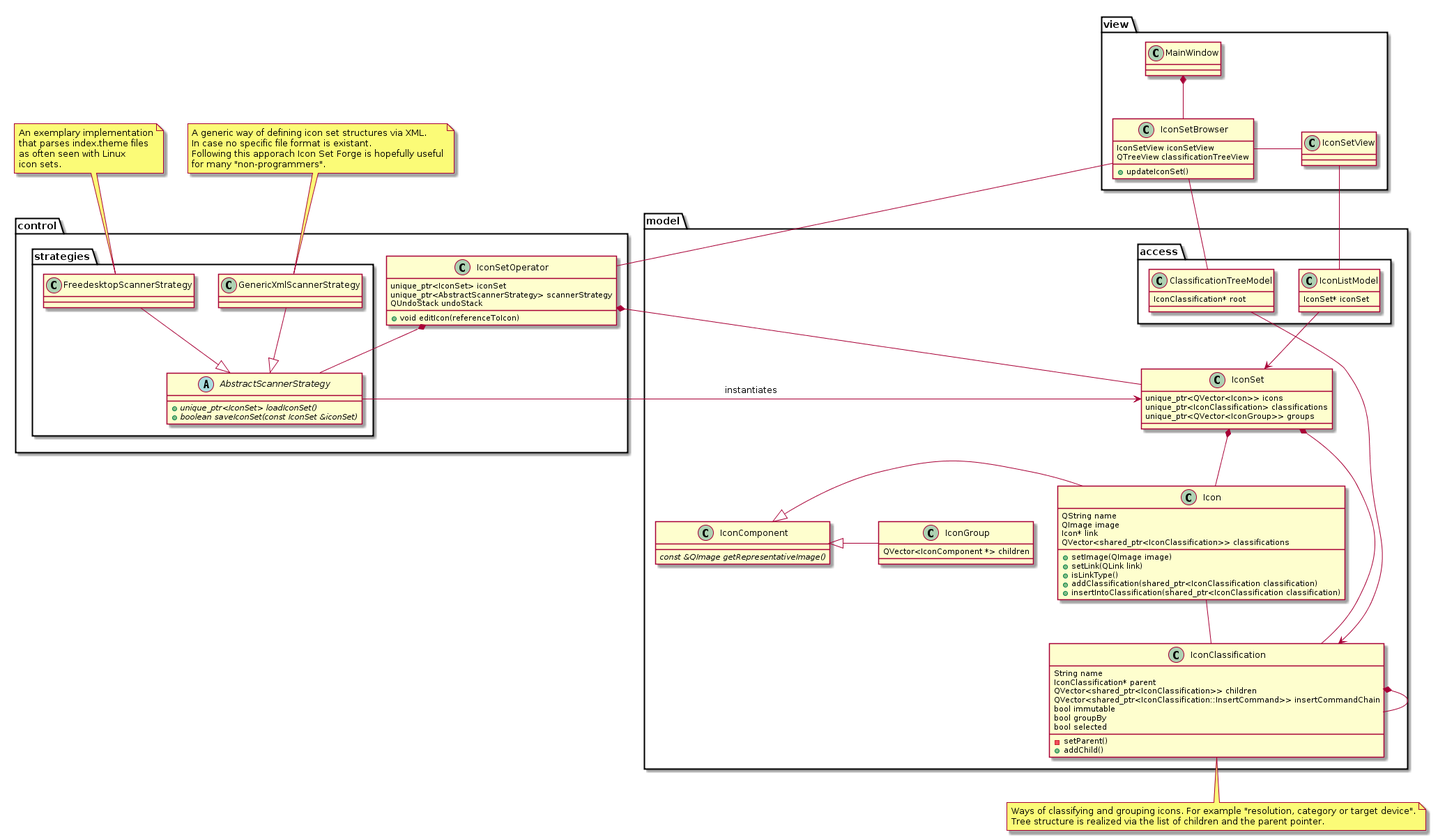
Above: Concept/UML/classes.png in Manuel-Kehl/Icon-Set-Forge (PlantUML), before the change.
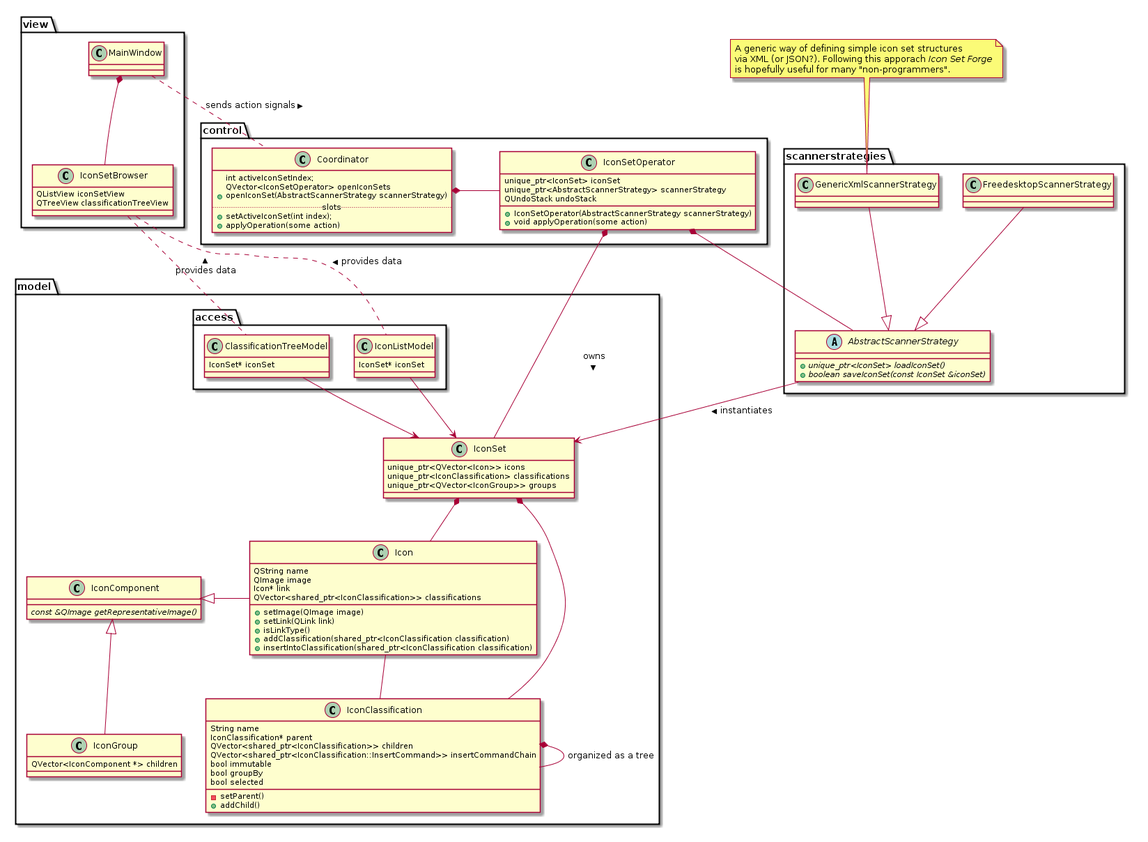
The same file after the commit.

Commit message:
Restructured the UML diagram to display the improved MVC design.

The edit, as a diff of the source:
```diff
@@ -1,36 +1,4 @@
 @startuml
-
-package control {
-	class IconSetOperator {
-		unique_ptr<IconSet> iconSet
-		unique_ptr<AbstractScannerStrategy> scannerStrategy
-		QUndoStack undoStack
-		+ void editIcon(referenceToIcon)
-	}
-
-	package strategies {
-		abstract class AbstractScannerStrategy {
-			+ {abstract} unique_ptr<IconSet> loadIconSet()
-			+ {abstract} boolean saveIconSet(const IconSet &iconSet)
-		}
-		class FreedesktopScannerStrategy --|> AbstractScannerStrategy
-		class GenericXmlScannerStrategy --|> AbstractScannerStrategy
-	}
-}
-
-package view {
-	class MainWindow {
-	}
-
-	class IconSetBrowser {
-		IconSetView iconSetView
-		QTreeView	classificationTreeView
-		+ updateIconSet()
-	}
-
-	class IconSetView {
-	}
-}
 
 package model {
 	class IconClassification {
@@ -73,36 +41,80 @@
 
 	package access {
 		class ClassificationTreeModel {
-				IconClassification* root
+				IconSet* iconSet
 			}
 
 		class IconListModel {
 			IconSet* iconSet
 		}
 	}
+
+	Icon -- IconClassification
+	IconSet *-- Icon
+	IconSet *-- IconClassification
+	IconClassification *-- IconClassification : organized as a tree
+	IconComponent <|- Icon
+	IconComponent <|-- IconGroup
+	ClassificationTreeModel --> IconSet
+	IconListModel --> IconSet
 }
 
-Icon -- IconClassification
-IconSet *-- Icon
-IconSet *-- IconClassification
-IconSet <-- AbstractScannerStrategy : instantiates
-ClassificationTreeModel --> IconClassification
-IconListModel --> IconSet
-IconClassification *-- IconClassification
+
+package view {
+	class MainWindow {
+	}
+
+	class IconSetBrowser {
+		QListView iconSetView
+		QTreeView	classificationTreeView
+	}
+}
+
+
+package control {
+	class Coordinator {
+		int activeIconSetIndex;
+		QVector<IconSetOperator> openIconSets
+		+openIconSet(AbstractScannerStrategy scannerStrategy)
+		..slots..
+		+setActiveIconSet(int index);
+		+applyOperation(some action)
+	}
+	class IconSetOperator {
+		unique_ptr<IconSet> iconSet
+		unique_ptr<AbstractScannerStrategy> scannerStrategy
+		QUndoStack undoStack
+		+ IconSetOperator(AbstractScannerStrategy scannerStrategy)
+		+ void applyOperation(some action)
+	}
+
+	Coordinator *-IconSetOperator
+}
+
+
+package scannerstrategies {
+		abstract class AbstractScannerStrategy {
+			+ {abstract} unique_ptr<IconSet> loadIconSet()
+			+ {abstract} boolean saveIconSet(const IconSet &iconSet)
+		}
+		class FreedesktopScannerStrategy --|> AbstractScannerStrategy
+		class GenericXmlScannerStrategy --|> AbstractScannerStrategy
+	}
+
+
+MainWindow .. Coordinator : sends action signals >
 MainWindow *-- IconSetBrowser
-IconSetView -- IconListModel
-IconSetBrowser -- ClassificationTreeModel
-IconSetView - IconSetBrowser
-IconSetOperator *-- IconSet
+IconSetBrowser .. IconListModel : < provides data
+IconSetBrowser .. ClassificationTreeModel : < provides data
+IconSetOperator *-- IconSet : owns >
+AbstractScannerStrategy --> IconSet : instantiates >
 IconSetOperator *-- AbstractScannerStrategy
-IconSetOperator -- IconSetBrowser
-IconComponent <|- Icon
-IconComponent <|- IconGroup
 
-note bottom of IconClassification: Ways of classifying and grouping icons. For example "resolution, category or target device".\nTree structure is realized via the list of children and the parent pointer.
 
-note top of FreedesktopScannerStrategy: An exemplary implementation\nthat parses index.theme files\nas often seen with Linux\nicon sets.
-
-note top of GenericXmlScannerStrategy: A generic way of defining icon set structures via XML.\nIn case no specific file format is existant.\nFollowing this apporach Icon Set Forge is hopefully useful\nfor many "non-programmers".
+note top of GenericXmlScannerStrategy
+A generic way of defining simple icon set structures
+via XML (or JSON?). Following this apporach <i>Icon Set Forge</i>
+is hopefully useful for many "non-programmers".
+endnote
 
 @enduml
```
